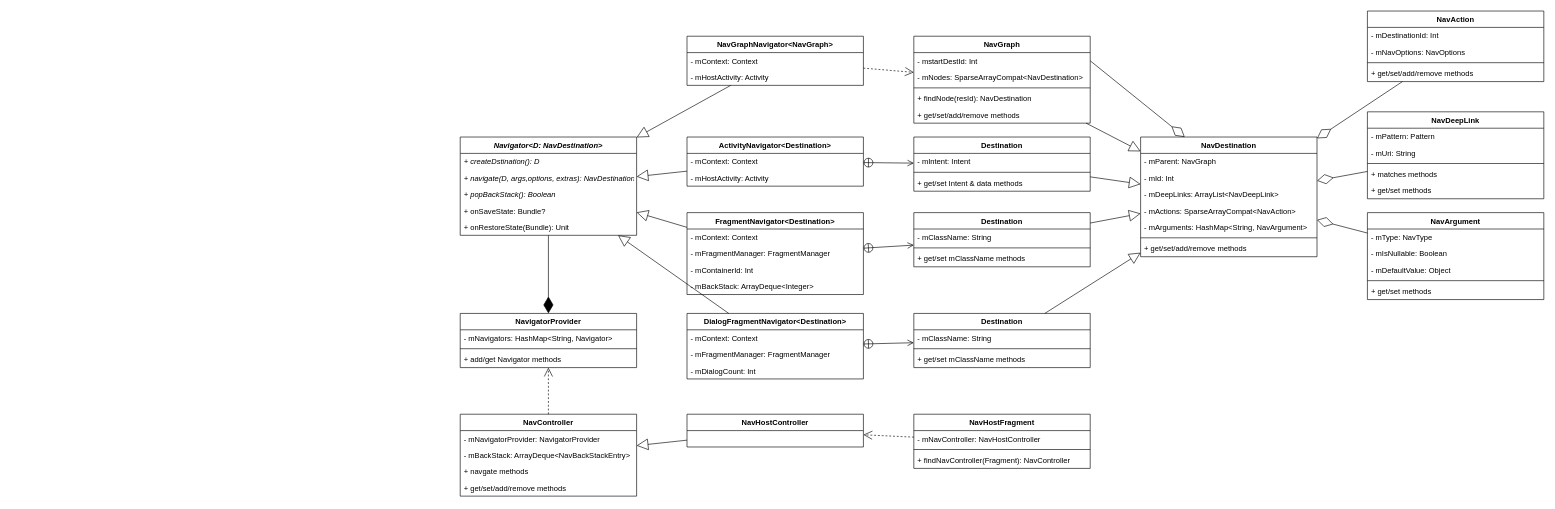
Cmdone/Draw.io keeps this draw.io diagram as Navigation.drawio. Above is the earlier version. Source tidied: cells renumbered, new cells numbered last; positions are measured from the earlier drawing's top-left corner, leaving out a move shared by most shapes. Both pictures are drawn from the tidied source at 63%, with x=0, y=0 at pixel (460, 11).
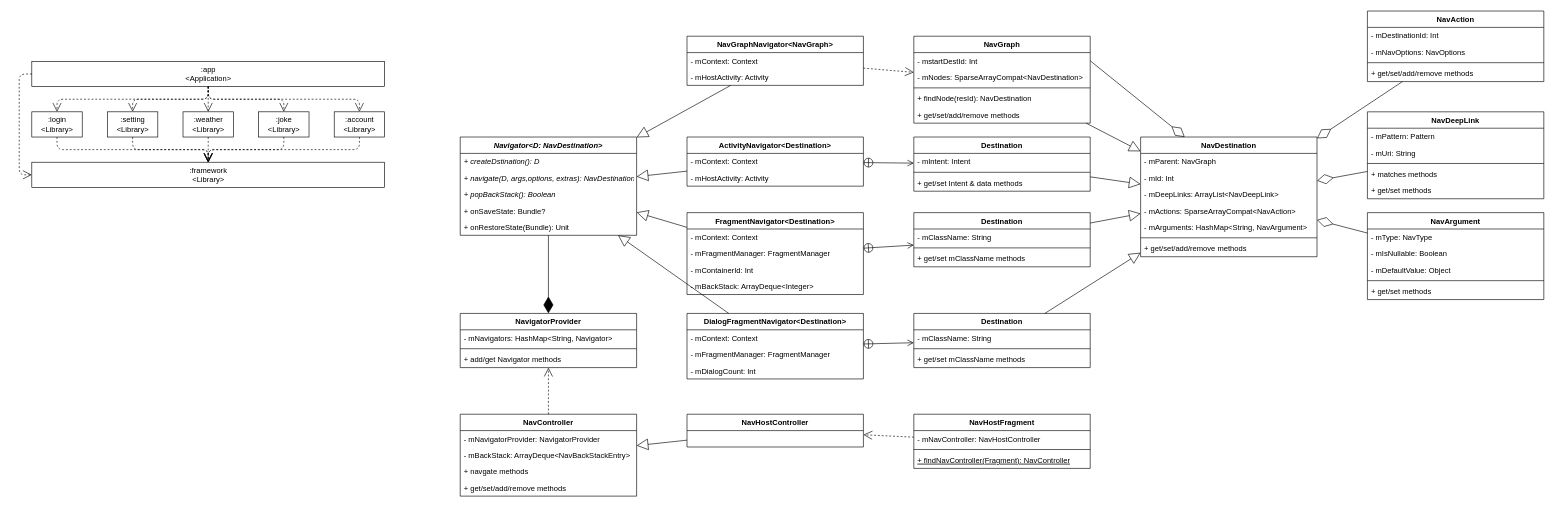
The same page after the edit.

The change refers to these unchanged cells:
```xml
<mxCell id="95" value="NavHostFragment" style="swimlane;fontStyle=1;align=center;verticalAlign=top;horizontal=1;startSize=26;" parent="1" vertex="1">
  <mxGeometry x="720" y="640" width="280" height="86" as="geometry" />
</mxCell>
```

Change to the diagram source:
```diff
@@
-    <mxCell id="98" value="+ findNavController(Fragment): NavController" style="text;strokeColor=none;fillColor=none;align=left;verticalAlign=top;spacingLeft=4;spacingRight=4;overflow=hidden;fontStyle=0;" parent="95" vertex="1">
+    <mxCell id="98" value="+ findNavController(Fragment): NavController" style="text;strokeColor=none;fillColor=none;align=left;verticalAlign=top;spacingLeft=4;spacingRight=4;overflow=hidden;fontStyle=4;" parent="95" vertex="1">
       <mxGeometry y="60" width="280" height="26" as="geometry" />
     </mxCell>
@@
+    <mxCell id="100" value=":app&lt;br&gt;&amp;lt;Application&amp;gt;" style="html=1;" parent="1" vertex="1">
+      <mxGeometry x="-680" y="80" width="560" height="40" as="geometry" />
+    </mxCell>
+    <mxCell id="101" value=":login&lt;br&gt;&amp;lt;Library&amp;gt;" style="html=1;" parent="1" vertex="1">
+      <mxGeometry x="-680" y="160" width="80" height="40" as="geometry" />
+    </mxCell>
+    <mxCell id="102" value=":setting&lt;br&gt;&amp;lt;Library&amp;gt;" style="html=1;" parent="1" vertex="1">
+      <mxGeometry x="-560" y="160" width="80" height="40" as="geometry" />
+    </mxCell>
+    <mxCell id="103" value=":account&lt;br&gt;&amp;lt;Library&amp;gt;" style="html=1;" parent="1" vertex="1">
+      <mxGeometry x="-200" y="160" width="80" height="40" as="geometry" />
+    </mxCell>
+    <mxCell id="104" value=":weather&lt;br&gt;&amp;lt;Library&amp;gt;" style="html=1;" parent="1" vertex="1">
+      <mxGeometry x="-440" y="160" width="80" height="40" as="geometry" />
+    </mxCell>
+    <mxCell id="105" value=":joke&lt;br&gt;&amp;lt;Library&amp;gt;" style="html=1;" parent="1" vertex="1">
+      <mxGeometry x="-320" y="160" width="80" height="40" as="geometry" />
+    </mxCell>
+    <mxCell id="106" value=":framework&lt;br&gt;&amp;lt;Library&amp;gt;" style="html=1;" parent="1" vertex="1">
+      <mxGeometry x="-680" y="240" width="560" height="40" as="geometry" />
+    </mxCell>
+    <mxCell id="107" style="endArrow=open;endSize=12;dashed=1;html=1;edgeStyle=orthogonalEdgeStyle;entryX=0.5;entryY=0;entryDx=0;entryDy=0;" parent="1" edge="1" source="100" target="101">
+      <mxGeometry relative="1" as="geometry">
+        <Array as="points">
+          <mxPoint x="-400" y="140" />
+          <mxPoint x="-640" y="140" />
+        </Array>
+      </mxGeometry>
+    </mxCell>
+    <mxCell id="108" style="endArrow=open;endSize=12;dashed=1;html=1;edgeStyle=orthogonalEdgeStyle;" parent="1" edge="1" source="100" target="102">
+      <mxGeometry relative="1" as="geometry">
+        <Array as="points">
+          <mxPoint x="-400" y="140" />
+          <mxPoint x="-520" y="140" />
+        </Array>
+      </mxGeometry>
+    </mxCell>
+    <mxCell id="109" style="endArrow=open;endSize=12;dashed=1;html=1;edgeStyle=orthogonalEdgeStyle;" parent="1" edge="1" source="100" target="104">
+      <mxGeometry relative="1" as="geometry" />
+    </mxCell>
+    <mxCell id="110" style="endArrow=open;endSize=12;dashed=1;html=1;edgeStyle=orthogonalEdgeStyle;" parent="1" edge="1" source="100" target="105">
+      <mxGeometry relative="1" as="geometry">
+        <Array as="points">
+          <mxPoint x="-400" y="140" />
+          <mxPoint x="-280" y="140" />
+        </Array>
+      </mxGeometry>
+    </mxCell>
+    <mxCell id="111" style="endArrow=open;endSize=12;dashed=1;html=1;edgeStyle=orthogonalEdgeStyle;entryX=0.5;entryY=0;entryDx=0;entryDy=0;exitX=0.5;exitY=1;exitDx=0;exitDy=0;" parent="1" edge="1" source="100" target="103">
+      <mxGeometry relative="1" as="geometry">
+        <Array as="points">
+          <mxPoint x="-400" y="140" />
+          <mxPoint x="-160" y="140" />
+        </Array>
+      </mxGeometry>
+    </mxCell>
+    <mxCell id="112" style="endArrow=open;endSize=12;dashed=1;html=1;edgeStyle=orthogonalEdgeStyle;entryX=0;entryY=0.5;entryDx=0;entryDy=0;exitX=0;exitY=0.5;exitDx=0;exitDy=0;" parent="1" edge="1" source="100" target="106">
+      <mxGeometry relative="1" as="geometry">
+        <Array as="points">
+          <mxPoint x="-700" y="100" />
+          <mxPoint x="-700" y="260" />
+        </Array>
+      </mxGeometry>
+    </mxCell>
+    <mxCell id="113" style="endArrow=open;endSize=12;dashed=1;html=1;edgeStyle=orthogonalEdgeStyle;entryX=0.5;entryY=0;entryDx=0;entryDy=0;exitX=0.5;exitY=1;exitDx=0;exitDy=0;" parent="1" edge="1" source="101" target="106">
+      <mxGeometry relative="1" as="geometry">
+        <Array as="points">
+          <mxPoint x="-640" y="220" />
+          <mxPoint x="-400" y="220" />
+        </Array>
+      </mxGeometry>
+    </mxCell>
+    <mxCell id="114" style="endArrow=open;endSize=12;dashed=1;html=1;edgeStyle=orthogonalEdgeStyle;entryX=0.5;entryY=0;entryDx=0;entryDy=0;exitX=0.5;exitY=1;exitDx=0;exitDy=0;" parent="1" edge="1" source="102" target="106">
+      <mxGeometry relative="1" as="geometry">
+        <Array as="points">
+          <mxPoint x="-520" y="220" />
+          <mxPoint x="-400" y="220" />
+        </Array>
+      </mxGeometry>
+    </mxCell>
+    <mxCell id="115" style="endArrow=open;endSize=12;dashed=1;html=1;edgeStyle=orthogonalEdgeStyle;entryX=0.5;entryY=0;entryDx=0;entryDy=0;exitX=0.5;exitY=1;exitDx=0;exitDy=0;" parent="1" edge="1" source="104" target="106">
+      <mxGeometry relative="1" as="geometry">
+        <Array as="points">
+          <mxPoint x="-400" y="220" />
+          <mxPoint x="-400" y="220" />
+        </Array>
+      </mxGeometry>
+    </mxCell>
+    <mxCell id="116" style="endArrow=open;endSize=12;dashed=1;html=1;edgeStyle=orthogonalEdgeStyle;entryX=0.5;entryY=0;entryDx=0;entryDy=0;exitX=0.5;exitY=1;exitDx=0;exitDy=0;" parent="1" edge="1" source="105" target="106">
+      <mxGeometry relative="1" as="geometry">
+        <Array as="points">
+          <mxPoint x="-280" y="220" />
+          <mxPoint x="-400" y="220" />
+        </Array>
+      </mxGeometry>
+    </mxCell>
+    <mxCell id="117" style="endArrow=open;endSize=12;dashed=1;html=1;edgeStyle=orthogonalEdgeStyle;entryX=0.5;entryY=0;entryDx=0;entryDy=0;exitX=0.5;exitY=1;exitDx=0;exitDy=0;" parent="1" edge="1" source="103" target="106">
+      <mxGeometry relative="1" as="geometry">
+        <Array as="points">
+          <mxPoint x="-160" y="220" />
+          <mxPoint x="-400" y="220" />
+        </Array>
+      </mxGeometry>
+    </mxCell>
```
